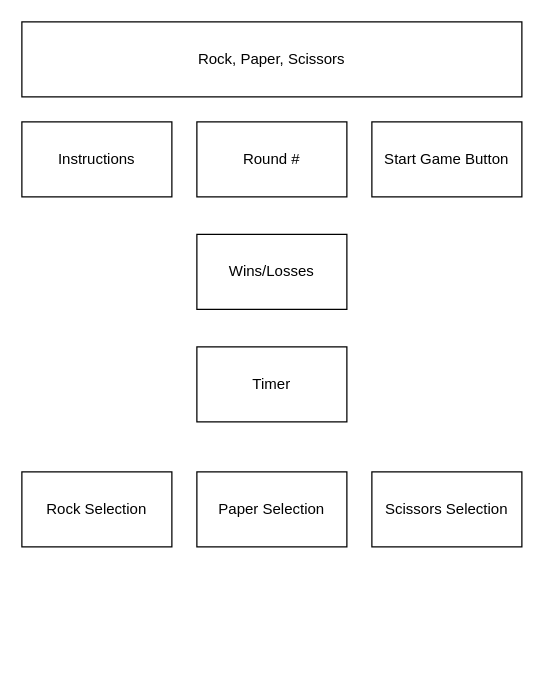
This is Diagrams/rockPaperScissors.drawio from donsmith30/BoredomSlayer, a draw.io file, before an edit. Source tidied: cells renumbered, new cells numbered last; positions are measured from the earlier drawing's top-left corner, leaving out a move shared by most shapes. Both pictures are drawn from the tidied source at 125%, with x=0, y=0 at pixel (21, 21).
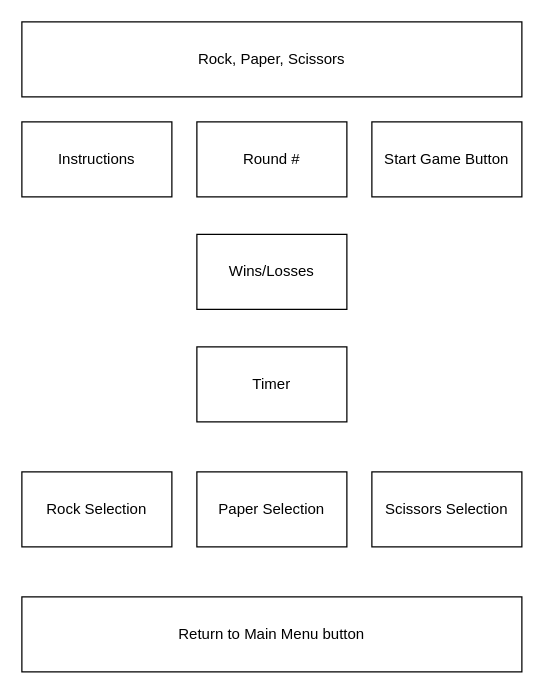
Above is the later version.

Commit message (it also covers changes not shown here):
Rock paper scissors layout and items put in elems

What changed in the source:
```diff
@@
 <mxGraphModel>
   <root>
     <mxCell id="0" />
     <mxCell id="1" parent="0" />
     <mxCell id="2" value="Rock, Paper, Scissors" style="rounded=0;whiteSpace=wrap;html=1;" parent="1" vertex="1">
       <mxGeometry width="400" height="60" as="geometry" />
     </mxCell>
     <mxCell id="3" value="Timer" style="rounded=0;whiteSpace=wrap;html=1;" parent="1" vertex="1">
       <mxGeometry x="140" y="260" width="120" height="60" as="geometry" />
     </mxCell>
     <mxCell id="4" value="Rock Selection" style="rounded=0;whiteSpace=wrap;html=1;" parent="1" vertex="1">
       <mxGeometry y="360" width="120" height="60" as="geometry" />
     </mxCell>
     <mxCell id="5" value="Paper Selection" style="rounded=0;whiteSpace=wrap;html=1;" parent="1" vertex="1">
       <mxGeometry x="140" y="360" width="120" height="60" as="geometry" />
     </mxCell>
     <mxCell id="6" value="Scissors Selection" style="rounded=0;whiteSpace=wrap;html=1;" parent="1" vertex="1">
       <mxGeometry x="280" y="360" width="120" height="60" as="geometry" />
     </mxCell>
     <mxCell id="7" value="Round #" style="rounded=0;whiteSpace=wrap;html=1;" parent="1" vertex="1">
       <mxGeometry x="140" y="80" width="120" height="60" as="geometry" />
     </mxCell>
     <mxCell id="8" value="Wins/Losses" style="rounded=0;whiteSpace=wrap;html=1;" parent="1" vertex="1">
       <mxGeometry x="140" y="170" width="120" height="60" as="geometry" />
     </mxCell>
     <mxCell id="9" value="Instructions" style="rounded=0;whiteSpace=wrap;html=1;" parent="1" vertex="1">
       <mxGeometry y="80" width="120" height="60" as="geometry" />
     </mxCell>
     <mxCell id="10" value="Start Game Button" style="rounded=0;whiteSpace=wrap;html=1;" parent="1" vertex="1">
       <mxGeometry x="280" y="80" width="120" height="60" as="geometry" />
     </mxCell>
+    <mxCell id="11" value="Return to Main Menu button" style="rounded=0;whiteSpace=wrap;html=1;" parent="1" vertex="1">
+      <mxGeometry y="460" width="400" height="60" as="geometry" />
+    </mxCell>
   </root>
 </mxGraphModel>
```
